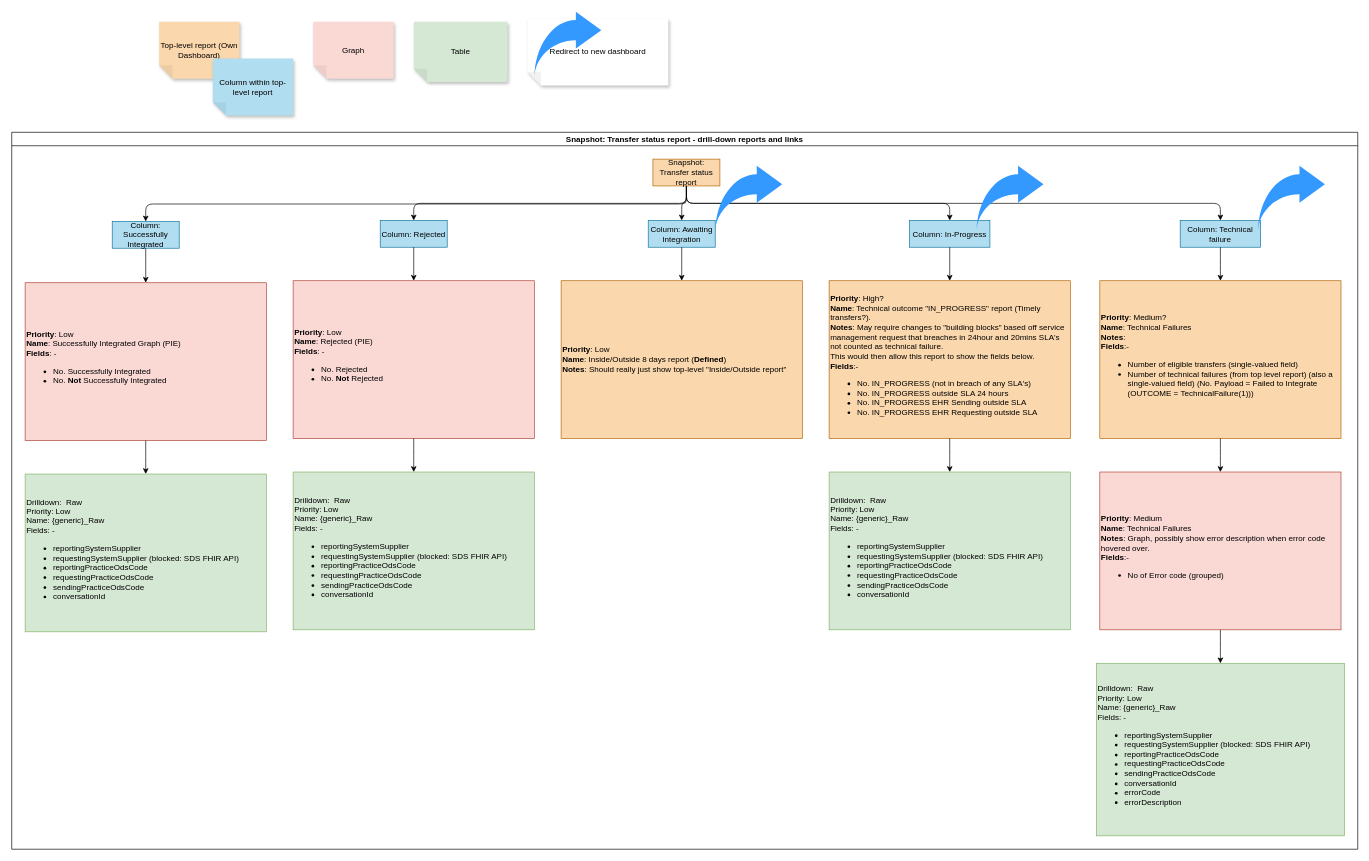
Earlier version of the draw.io diagram page "transfer_status_report" (1 of 3) of diagrams/draw_io/report_definitions.drawio (nhsconnect/prm-gp-registrations-mi-reporting). Source tidied: cells renumbered, new cells numbered last; positions are measured from the earlier drawing's top-left corner, leaving out a move shared by most shapes. Both pictures are drawn from the tidied source at 67%, with x=0, y=0 at pixel (11, 11).
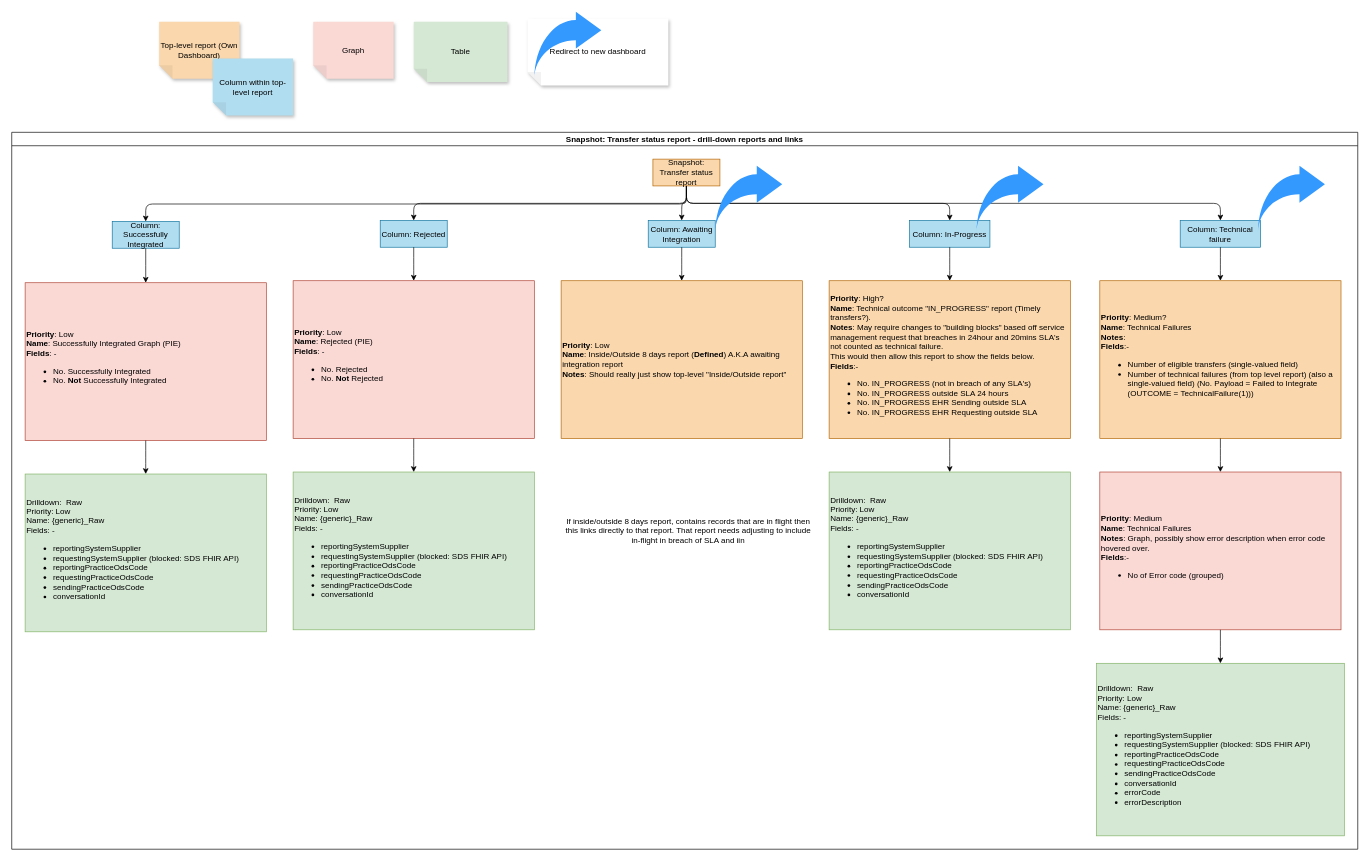
Above is the later version.

Unchanged cells that the change refers to:
```xml
<mxCell id="2" value="Snapshot: Transfer status report - drill-down reports and links" style="swimlane;startSize=20;horizontal=1;horizontalTree=0;containerType=tree;fontSize=12;" parent="1" vertex="1">
  <mxGeometry y="180" width="2009" height="1070" as="geometry" />
</mxCell>
```

What changed in the source:
```diff
@@
-    <mxCell id="18" value="&lt;b&gt;Priority&lt;/b&gt;: Low &lt;br&gt;&lt;b&gt;Name&lt;/b&gt;: Inside/Outside 8 days report (&lt;b&gt;Defined&lt;/b&gt;)&lt;br&gt;&lt;b&gt;Notes&lt;/b&gt;: Should really just show top-level &quot;Inside/Outside report&quot;" style="whiteSpace=wrap;html=1;align=left;fillColor=#fad7ac;strokeColor=#b46504;" parent="2" vertex="1">
+    <mxCell id="18" value="&lt;b&gt;Priority&lt;/b&gt;: Low &lt;br&gt;&lt;b&gt;Name&lt;/b&gt;: Inside/Outside 8 days report (&lt;b&gt;Defined&lt;/b&gt;) A.K.A awaiting integration report&lt;br&gt;&lt;b&gt;Notes&lt;/b&gt;: Should really just show top-level &quot;Inside/Outside report&quot;" style="whiteSpace=wrap;html=1;align=left;fillColor=#fad7ac;strokeColor=#b46504;" parent="2" vertex="1">
       <mxGeometry x="820" y="221.5" width="360" height="235.5" as="geometry" />
     </mxCell>
@@
+    <mxCell id="43" value="If inside/outside 8 days report, contains records that are in flight then this links directly to that report. That report needs adjusting to include in-flight in breach of SLA and iin&lt;br&gt;" style="text;strokeColor=none;align=center;fillColor=none;html=1;verticalAlign=middle;whiteSpace=wrap;rounded=0;" parent="2" vertex="1">
+      <mxGeometry x="820" y="530" width="380" height="130" as="geometry" />
+    </mxCell>
```
